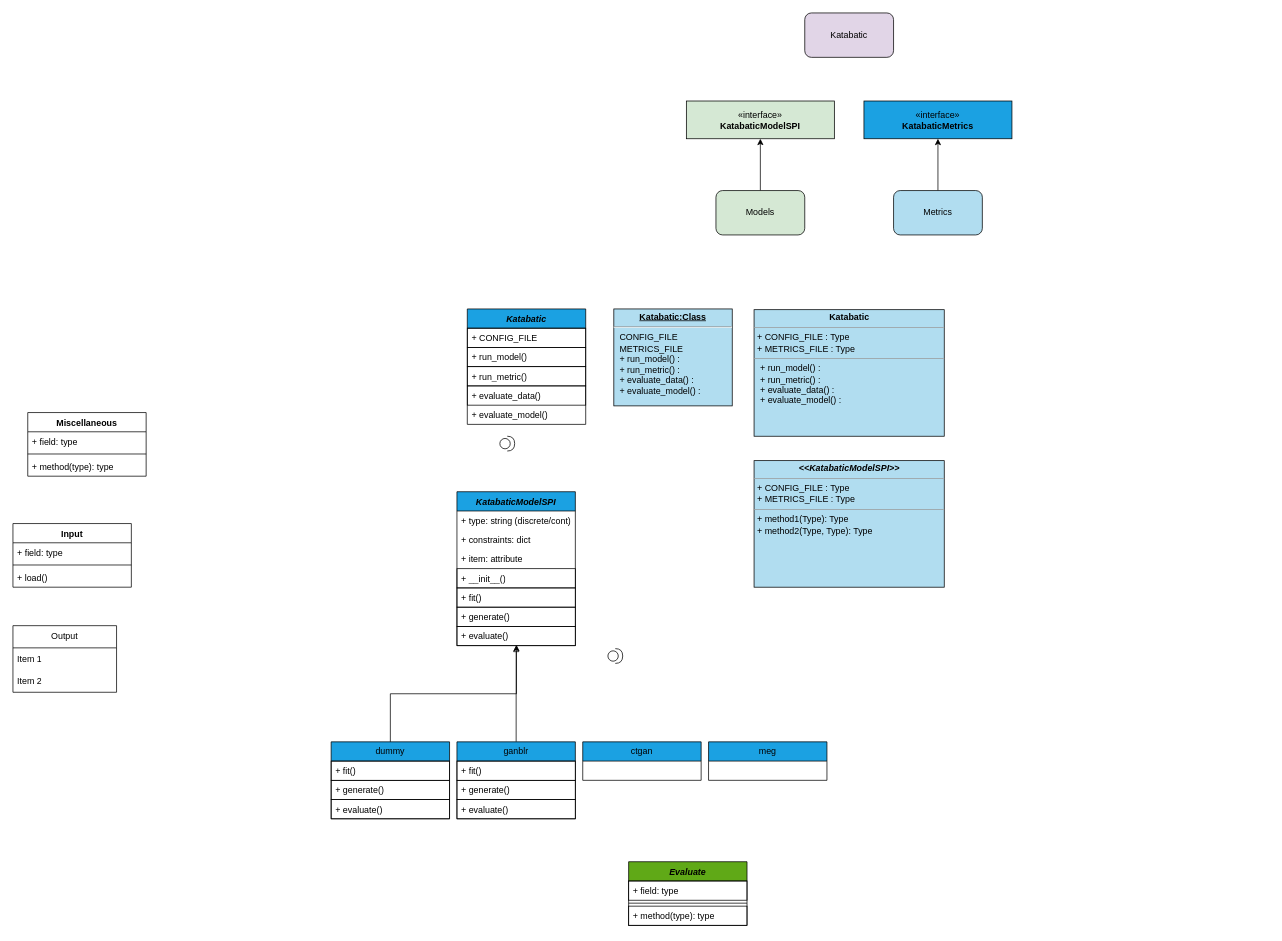
Earlier version of the draw.io diagram Katabatic.drawio (dfatpnuk/katabatic). Source tidied: cells renumbered, new cells numbered last; positions are measured from the earlier drawing's top-left corner, leaving out a move shared by most shapes. Both pictures are drawn from the tidied source at 74%, with x=0, y=0 at pixel (13, 13).
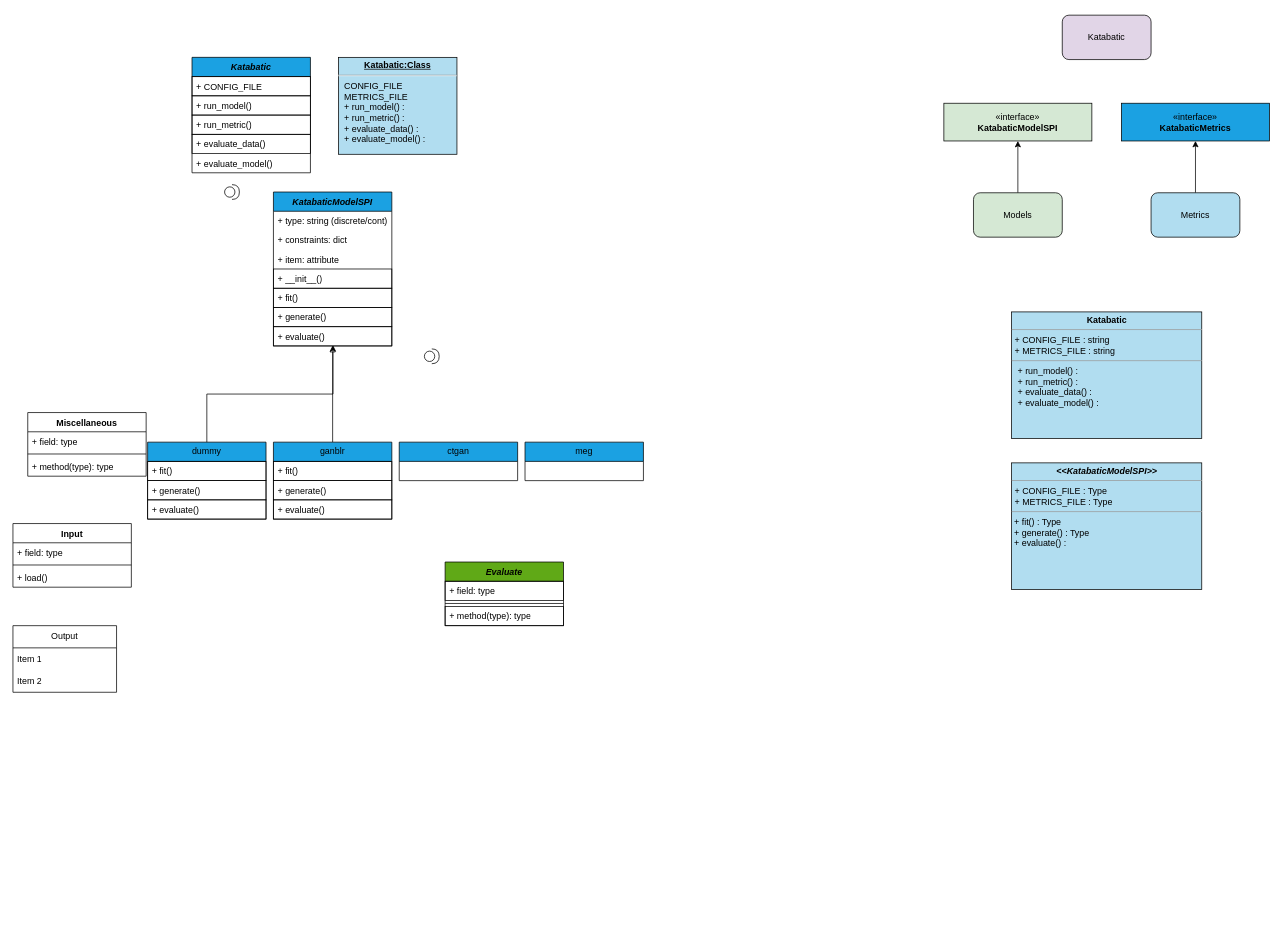
The same diagram, later.

Diff of the diagram source:
```diff
@@
     <mxCell id="2" value="Katabatic" style="rounded=1;whiteSpace=wrap;html=1;fillColor=#e1d5e7;strokeColor=#000000;fontColor=#000000;" parent="1" vertex="1">
-      <mxGeometry x="1070" width="120" height="60" as="geometry" />
+      <mxGeometry x="1418" y="3" width="120" height="60" as="geometry" />
     </mxCell>
     <mxCell id="3" value="&lt;i&gt;KatabaticModelSPI&lt;/i&gt;" style="swimlane;fontStyle=1;align=center;verticalAlign=top;horizontal=1;startSize=26;whiteSpace=wrap;html=1;fillColor=#1ba1e2;fontColor=#000000;strokeColor=#000000;" parent="1" vertex="1">
-      <mxGeometry x="600" y="647" width="160" height="208" as="geometry" />
+      <mxGeometry x="352" y="242" width="160" height="208" as="geometry" />
     </mxCell>
@@
     <mxCell id="11" value="&lt;i&gt;Evaluate&lt;/i&gt;" style="swimlane;fontStyle=1;align=center;verticalAlign=top;horizontal=1;startSize=26;whiteSpace=wrap;html=1;fillColor=#60a917;fontColor=#000000;strokeColor=#000000;" parent="1" vertex="1">
-      <mxGeometry x="832" y="1147" width="160" height="86" as="geometry" />
+      <mxGeometry x="584" y="742" width="160" height="86" as="geometry" />
     </mxCell>
@@
     <mxCell id="24" value="ganblr" style="swimlane;fontStyle=0;horizontal=1;startSize=26;fillColor=#1ba1e2;whiteSpace=wrap;html=1;fontColor=#000000;strokeColor=#000000;" parent="1" vertex="1">
-      <mxGeometry x="600" y="985" width="160" height="104" as="geometry" />
+      <mxGeometry x="352" y="580" width="160" height="104" as="geometry" />
     </mxCell>
@@
     <mxCell id="28" value="dummy" style="swimlane;fontStyle=0;horizontal=1;startSize=26;fillColor=#1ba1e2;whiteSpace=wrap;html=1;fontColor=#000000;strokeColor=#000000;" parent="1" vertex="1">
-      <mxGeometry x="430" y="985" width="160" height="104" as="geometry" />
+      <mxGeometry x="182" y="580" width="160" height="104" as="geometry" />
     </mxCell>
@@
     <mxCell id="35" value="ctgan" style="swimlane;fontStyle=0;horizontal=1;startSize=26;fillColor=#1ba1e2;whiteSpace=wrap;html=1;fontColor=#000000;strokeColor=#000000;" parent="1" vertex="1">
-      <mxGeometry x="770" y="985" width="160" height="52" as="geometry" />
+      <mxGeometry x="522" y="580" width="160" height="52" as="geometry" />
     </mxCell>
     <mxCell id="36" value="meg" style="swimlane;fontStyle=0;horizontal=1;startSize=26;fillColor=#1ba1e2;whiteSpace=wrap;html=1;fontColor=#000000;strokeColor=#000000;" parent="1" vertex="1">
-      <mxGeometry x="940" y="985" width="160" height="52" as="geometry" />
+      <mxGeometry x="692" y="580" width="160" height="52" as="geometry" />
     </mxCell>
@@
     <mxCell id="38" value="«interface»&lt;br&gt;&lt;b&gt;KatabaticModelSPI&lt;/b&gt;" style="html=1;whiteSpace=wrap;fillColor=#d5e8d4;strokeColor=#000000;fontColor=#000000;" parent="1" vertex="1">
-      <mxGeometry x="910" y="119" width="200" height="51" as="geometry" />
+      <mxGeometry x="1258" y="122" width="200" height="51" as="geometry" />
     </mxCell>
     <mxCell id="39" style="shape=providedRequiredInterface;html=1;verticalLabelPosition=bottom;sketch=0;" parent="1" vertex="1">
-      <mxGeometry x="804" y="859" width="20" height="20" as="geometry" />
+      <mxGeometry x="556" y="454" width="20" height="20" as="geometry" />
     </mxCell>
@@
     <mxCell id="41" value="Models" style="rounded=1;whiteSpace=wrap;html=1;fillColor=#d5e8d4;strokeColor=#000000;fontColor=#000000;" parent="1" vertex="1">
-      <mxGeometry x="950" y="240" width="120" height="60" as="geometry" />
+      <mxGeometry x="1298" y="243" width="120" height="60" as="geometry" />
     </mxCell>
@@
     <mxCell id="43" value="Metrics" style="rounded=1;whiteSpace=wrap;html=1;fillColor=#b1ddf0;strokeColor=#000000;fontColor=#000000;" parent="1" vertex="1">
-      <mxGeometry x="1190" y="240" width="120" height="60" as="geometry" />
+      <mxGeometry x="1538" y="243" width="120" height="60" as="geometry" />
     </mxCell>
     <mxCell id="44" value="«interface»&lt;br&gt;&lt;b&gt;KatabaticMetrics&lt;/b&gt;" style="html=1;whiteSpace=wrap;fillColor=#1ba1e2;fontColor=#000000;strokeColor=#000000;" parent="1" vertex="1">
-      <mxGeometry x="1150" y="119" width="200" height="51" as="geometry" />
+      <mxGeometry x="1498" y="122" width="200" height="51" as="geometry" />
     </mxCell>
     <mxCell id="45" value="&lt;i&gt;Katabatic&lt;/i&gt;" style="swimlane;fontStyle=1;align=center;verticalAlign=top;horizontal=1;startSize=26;whiteSpace=wrap;html=1;fillColor=#1ba1e2;fontColor=#000000;strokeColor=#000000;" parent="1" vertex="1">
-      <mxGeometry x="614" y="400" width="160" height="156" as="geometry" />
+      <mxGeometry x="242" y="60" width="160" height="156" as="geometry" />
     </mxCell>
@@
     <mxCell id="51" style="shape=providedRequiredInterface;html=1;verticalLabelPosition=bottom;sketch=0;" parent="1" vertex="1">
-      <mxGeometry x="658" y="572" width="20" height="20" as="geometry" />
+      <mxGeometry x="286" y="232" width="20" height="20" as="geometry" />
     </mxCell>
     <mxCell id="52" value="&lt;p style=&quot;margin:0px;margin-top:4px;text-align:center;text-decoration:underline;&quot;&gt;&lt;b&gt;Katabatic:Class&lt;/b&gt;&lt;/p&gt;&lt;hr&gt;&lt;p style=&quot;margin:0px;margin-left:8px;&quot;&gt;CONFIG_FILE&lt;br&gt;METRICS_FILE&lt;br&gt;+ run_model() :&amp;nbsp;&lt;br&gt;&lt;/p&gt;&lt;p style=&quot;margin:0px;margin-left:8px;&quot;&gt;+ run_metric() :&amp;nbsp;&lt;br&gt;&lt;/p&gt;&lt;p style=&quot;margin:0px;margin-left:8px;&quot;&gt;+ evaluate_data() :&amp;nbsp;&lt;br&gt;&lt;/p&gt;&lt;p style=&quot;margin:0px;margin-left:8px;&quot;&gt;+ evaluate_model() :&amp;nbsp;&lt;br&gt;&lt;/p&gt;&lt;p style=&quot;margin:0px;margin-left:8px;&quot;&gt;&lt;br&gt;&lt;/p&gt;" style="verticalAlign=top;align=left;overflow=fill;fontSize=12;fontFamily=Helvetica;html=1;whiteSpace=wrap;fillColor=#b1ddf0;strokeColor=#000000;fontColor=#000000;" parent="1" vertex="1">
-      <mxGeometry x="812" y="400" width="160" height="131" as="geometry" />
+      <mxGeometry x="440" y="60" width="160" height="131" as="geometry" />
     </mxCell>
-    <mxCell id="53" value="&lt;p style=&quot;margin:0px;margin-top:4px;text-align:center;&quot;&gt;&lt;b&gt;Katabatic&lt;/b&gt;&lt;/p&gt;&lt;hr size=&quot;1&quot;&gt;&lt;p style=&quot;margin:0px;margin-left:4px;&quot;&gt;+ CONFIG_FILE : Type&lt;br&gt;+ METRICS_FILE : Type&lt;/p&gt;&lt;hr size=&quot;1&quot;&gt;&lt;p style=&quot;margin: 0px 0px 0px 8px;&quot;&gt;+ run_model() :&amp;nbsp;&lt;br&gt;&lt;/p&gt;&lt;p style=&quot;margin: 0px 0px 0px 8px;&quot;&gt;+ run_metric() :&amp;nbsp;&lt;br&gt;&lt;/p&gt;&lt;p style=&quot;margin: 0px 0px 0px 8px;&quot;&gt;+ evaluate_data() :&amp;nbsp;&lt;br&gt;&lt;/p&gt;&lt;p style=&quot;margin: 0px 0px 0px 8px;&quot;&gt;+ evaluate_model() :&amp;nbsp;&lt;br&gt;&lt;/p&gt;&lt;p style=&quot;margin: 0px 0px 0px 8px;&quot;&gt;&lt;br&gt;&lt;/p&gt;" style="verticalAlign=top;align=left;overflow=fill;fontSize=12;fontFamily=Helvetica;html=1;whiteSpace=wrap;fillColor=#b1ddf0;strokeColor=#000000;fontColor=#000000;" parent="1" vertex="1">
-      <mxGeometry x="1001.5" y="401" width="257" height="171" as="geometry" />
+    <mxCell id="53" value="&lt;p style=&quot;margin:0px;margin-top:4px;text-align:center;&quot;&gt;&lt;b&gt;Katabatic&lt;/b&gt;&lt;/p&gt;&lt;hr size=&quot;1&quot;&gt;&lt;p style=&quot;margin:0px;margin-left:4px;&quot;&gt;+ CONFIG_FILE : string&lt;br&gt;+ METRICS_FILE : string&lt;/p&gt;&lt;hr size=&quot;1&quot;&gt;&lt;p style=&quot;margin: 0px 0px 0px 8px;&quot;&gt;+ run_model() :&amp;nbsp;&lt;br&gt;&lt;/p&gt;&lt;p style=&quot;margin: 0px 0px 0px 8px;&quot;&gt;+ run_metric() :&amp;nbsp;&lt;br&gt;&lt;/p&gt;&lt;p style=&quot;margin: 0px 0px 0px 8px;&quot;&gt;+ evaluate_data() :&amp;nbsp;&lt;br&gt;&lt;/p&gt;&lt;p style=&quot;margin: 0px 0px 0px 8px;&quot;&gt;+ evaluate_model() :&amp;nbsp;&lt;br&gt;&lt;/p&gt;&lt;p style=&quot;margin: 0px 0px 0px 8px;&quot;&gt;&lt;br&gt;&lt;/p&gt;" style="verticalAlign=top;align=left;overflow=fill;fontSize=12;fontFamily=Helvetica;html=1;whiteSpace=wrap;fillColor=#b1ddf0;strokeColor=#000000;fontColor=#000000;" parent="1" vertex="1">
+      <mxGeometry x="1349.5" y="404" width="257" height="171" as="geometry" />
     </mxCell>
-    <mxCell id="54" value="&lt;p style=&quot;margin:0px;margin-top:4px;text-align:center;&quot;&gt;&lt;i&gt;&lt;b&gt;&amp;lt;&amp;lt;KatabaticModelSPI&amp;gt;&amp;gt;&lt;/b&gt;&lt;/i&gt;&lt;br&gt;&lt;/p&gt;&lt;hr size=&quot;1&quot;&gt;&lt;p style=&quot;margin:0px;margin-left:4px;&quot;&gt;+ CONFIG_FILE : Type&lt;br&gt;+ METRICS_FILE : Type&lt;/p&gt;&lt;hr size=&quot;1&quot;&gt;&lt;p style=&quot;margin:0px;margin-left:4px;&quot;&gt;+ method1(Type): Type&lt;br&gt;+ method2(Type, Type): Type&lt;/p&gt;" style="verticalAlign=top;align=left;overflow=fill;fontSize=12;fontFamily=Helvetica;html=1;whiteSpace=wrap;fillColor=#b1ddf0;strokeColor=#000000;fontColor=#000000;" parent="1" vertex="1">
-      <mxGeometry x="1001.5" y="605" width="257" height="171" as="geometry" />
+    <mxCell id="54" value="&lt;p style=&quot;margin:0px;margin-top:4px;text-align:center;&quot;&gt;&lt;i&gt;&lt;b&gt;&amp;lt;&amp;lt;KatabaticModelSPI&amp;gt;&amp;gt;&lt;/b&gt;&lt;/i&gt;&lt;br&gt;&lt;/p&gt;&lt;hr size=&quot;1&quot;&gt;&lt;p style=&quot;margin:0px;margin-left:4px;&quot;&gt;+ CONFIG_FILE : Type&lt;br&gt;+ METRICS_FILE : Type&lt;/p&gt;&lt;hr size=&quot;1&quot;&gt;&amp;nbsp;+ fit()&amp;nbsp;&lt;span style=&quot;background-color: initial;&quot;&gt;: Type&lt;/span&gt;&lt;br&gt;&amp;nbsp;+ generate()&amp;nbsp;: Type&lt;br&gt;&amp;nbsp;+ evaluate() :&amp;nbsp;&lt;span style=&quot;background-color: initial;&quot;&gt;&lt;br&gt;&lt;/span&gt;" style="verticalAlign=top;align=left;overflow=fill;fontSize=12;fontFamily=Helvetica;html=1;whiteSpace=wrap;fillColor=#b1ddf0;strokeColor=#000000;fontColor=#000000;" parent="1" vertex="1">
+      <mxGeometry x="1349.5" y="608" width="257" height="171" as="geometry" />
     </mxCell>
```
